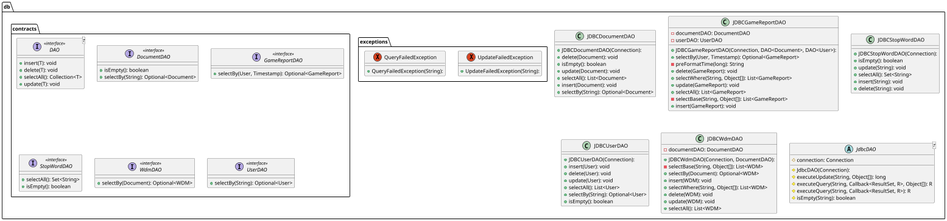
Above: docs/UML/Classi/db/db-0.png in Bg735/Wordageddon-Gruppo_16 (PlantUML), before the change.
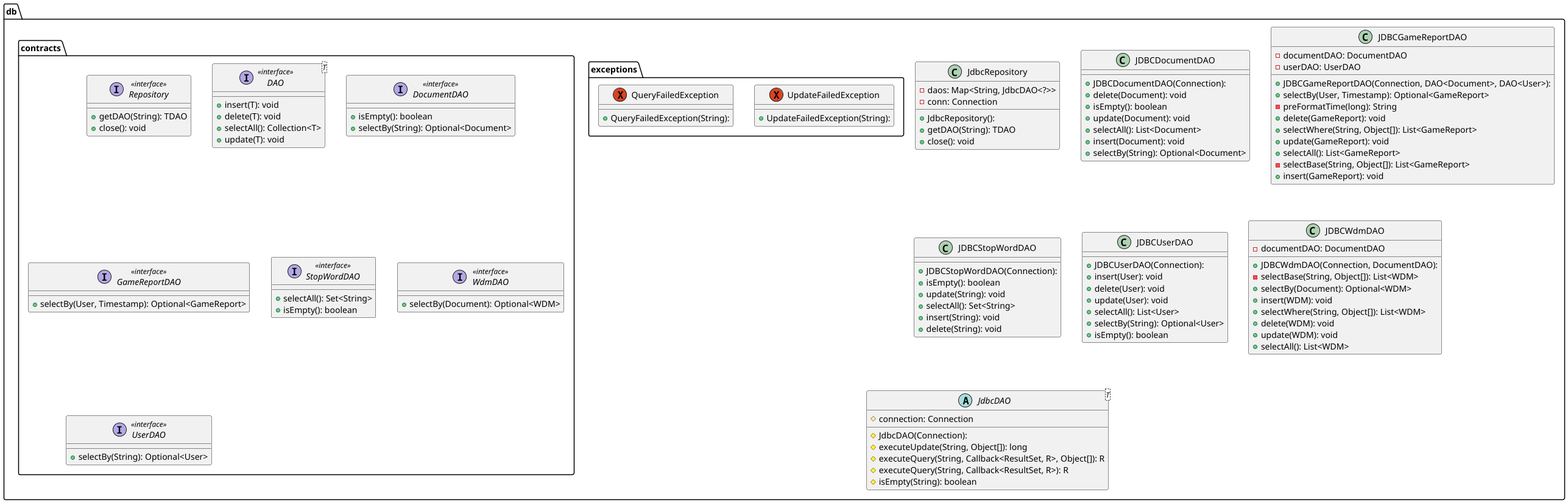
After the commit.

Diff of the diagram source:
```diff
@@ -1,6 +1,17 @@
 @startuml
 package db {
+    class JdbcRepository {
+    + JdbcRepository():
+    - daos: Map<String, JdbcDAO<?>>
+    - conn: Connection
+    + getDAO(String): TDAO
+    + close(): void
+    }
     package contracts {
+            interface Repository << interface >> {
+            + getDAO(String): TDAO
+            + close(): void
+            }
     interface DAO<T> << interface >> {
     + insert(T): void
     + delete(T): void
@@ -95,5 +106,6 @@
         + UpdateFailedException(String):
         }
     }
+
 }
 @enduml
```
